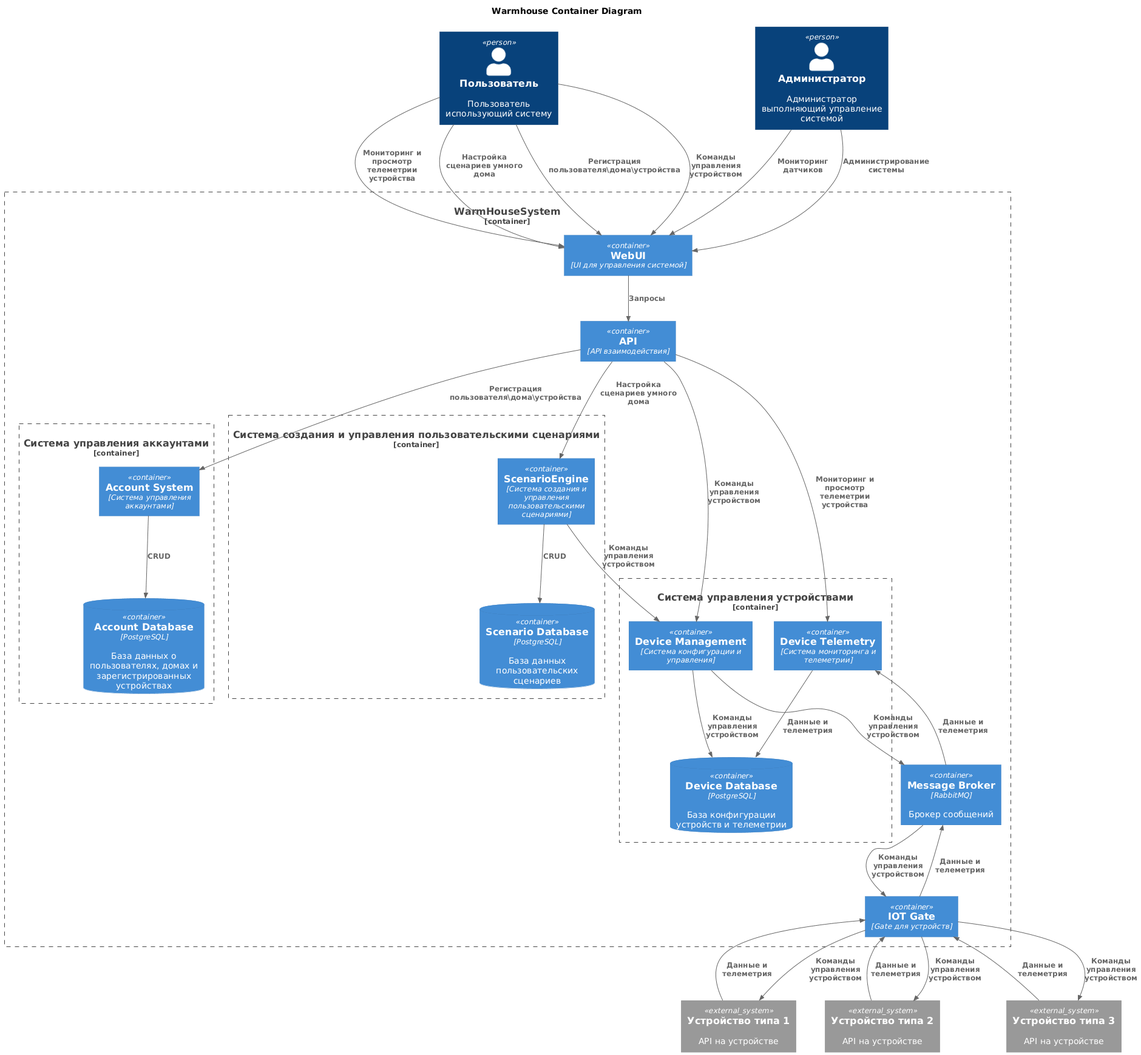
MasterKhajiit/architecture-warmhouse-1 keeps this PlantUML diagram as Schemes/C4_container.png. Above is the earlier version.
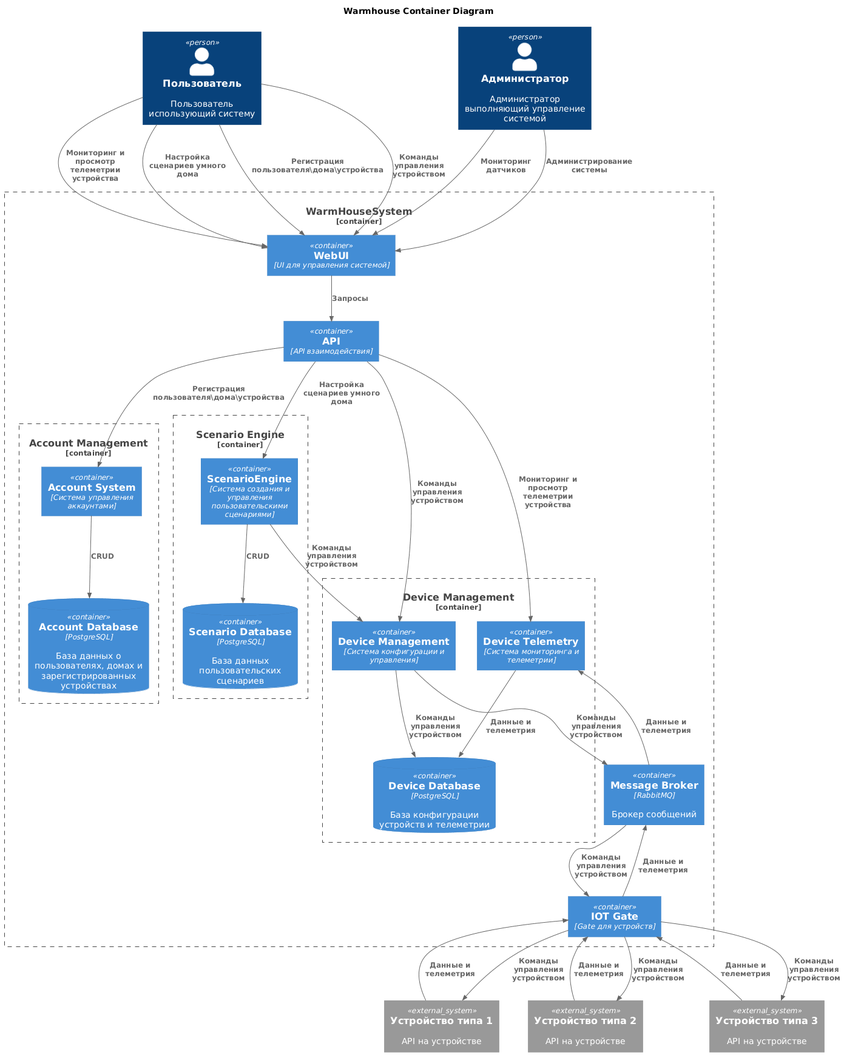
After the commit.

Change to the diagram source:
```diff
@@ -15,17 +15,17 @@
     Container(APIGate, "API", "API взаимодействия")
     Container(IOTGate, "IOT Gate", "Gate для устройств")
 
-    Container_Boundary(AccountMGM, "Система управления аккаунтами"){
+    Container_Boundary(AccountMGM, "Account Management"){
         Container(AccountCore, "Account System", "Система управления аккаунтами")
         ContainerDb(AccountDb, "Account Database", "PostgreSQL", "База данных о пользователях, домах и зарегистрированных устройствах")
     }
 
-    Container_Boundary(ScenarioMGM, "Система создания и управления пользовательскими сценариями"){
+    Container_Boundary(ScenarioMGM, "Scenario Engine"){
         Container(ScenarioEngine, "ScenarioEngine", "Система создания и управления пользовательскими сценариями")
         ContainerDb(ScenarioDb, "Scenario Database", "PostgreSQL", "База данных пользовательских сценариев")
     }
 
-    Container_Boundary(DeviceMGM, "Система управления устройствами") {
+    Container_Boundary(DeviceMGM, "Device Management") {
         Container(Management, "Device Management", "Система конфигурации и управления")
         Container(Telemetry, "Device Telemetry", "Система мониторинга и телеметрии")
         ContainerDb(DeviceDb, "Device Database", "PostgreSQL", "База конфигурации устройств и телеметрии")
```
